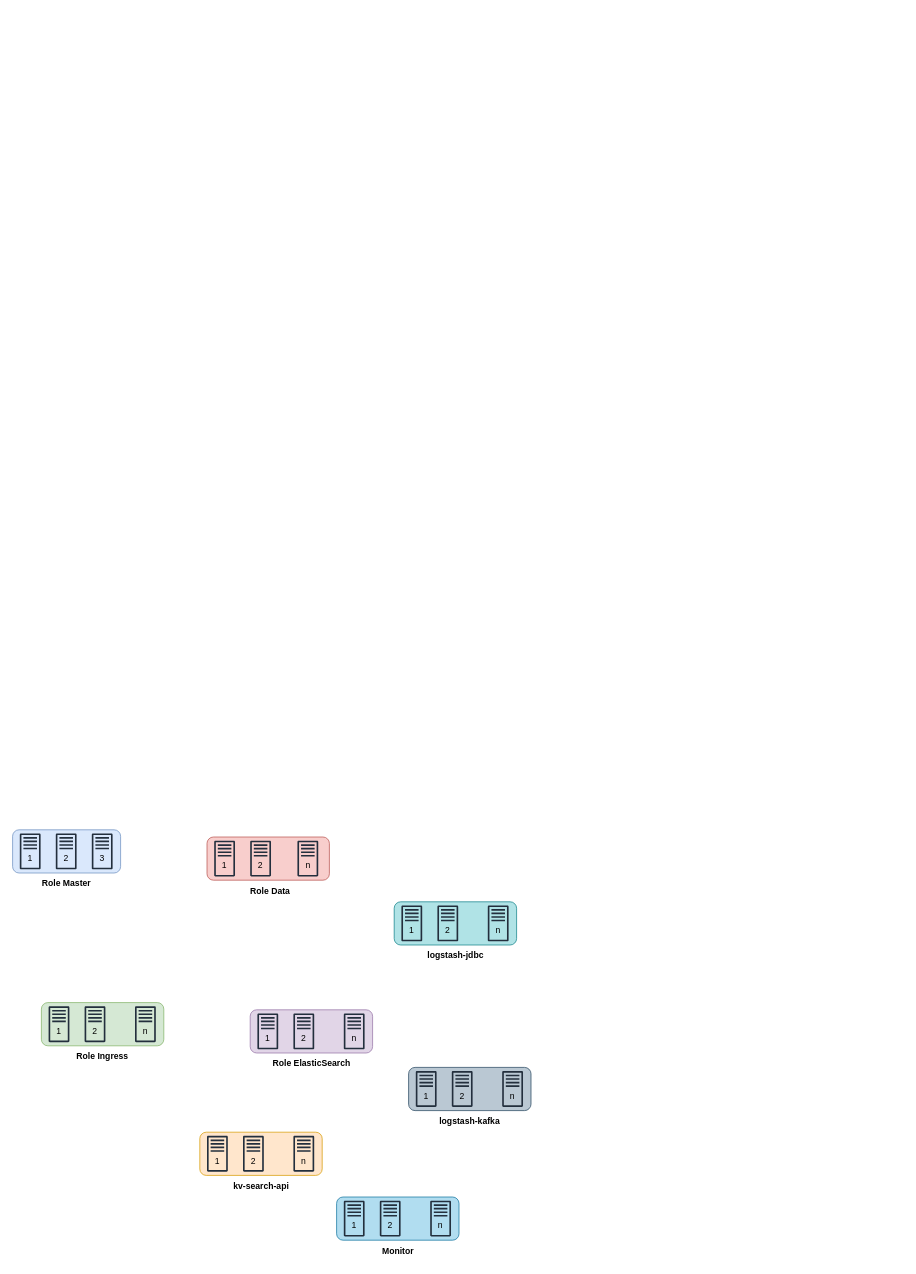
Before: KiotViet-Search.drawio in khinhvuphiduong/diagrams.net, a draw.io diagram. Source tidied: cells renumbered, new cells numbered last; positions are measured from the earlier drawing's top-left corner, leaving out a move shared by most shapes. Both pictures are drawn from the tidied source at 72%, with x=0, y=0 at pixel (12, 829). Pictures stored in the file or linked from it are replaced by grey dashed boxes.
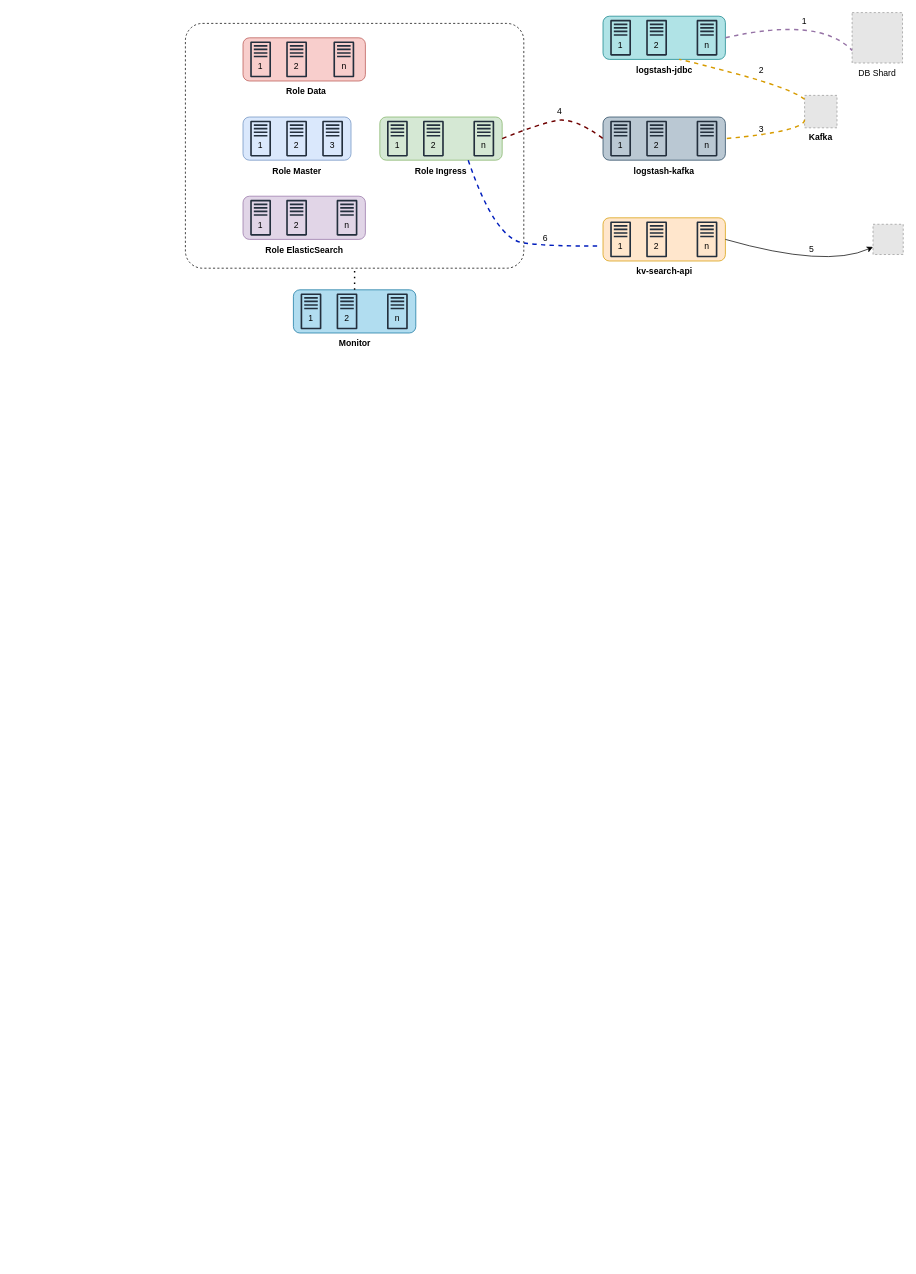
The same diagram, later.

The change refers to these unchanged cells:
```xml
<mxCell id="12" value="Role Ingress" style="text;html=1;align=center;verticalAlign=middle;whiteSpace=wrap;rounded=0;fontStyle=1;" parent="11" vertex="1">
  <mxGeometry x="47.2" y="60" width="75.6" height="30" as="geometry" />
</mxCell>
<mxCell id="40" style="rounded=1;whiteSpace=wrap;html=1;fillColor=#ffe6cc;strokeColor=#d79b00;" parent="38" vertex="1">
  <mxGeometry width="170" height="60" as="geometry" />
</mxCell>
<mxCell id="48" value="logstash-jdbc" style="text;html=1;align=center;verticalAlign=middle;whiteSpace=wrap;rounded=0;fontStyle=1;" parent="47" vertex="1">
  <mxGeometry x="43.6" y="60" width="82.8" height="30" as="geometry" />
</mxCell>
<mxCell id="49" style="rounded=1;whiteSpace=wrap;html=1;fillColor=#b0e3e6;strokeColor=#0e8088;" parent="47" vertex="1">
  <mxGeometry width="170" height="60" as="geometry" />
</mxCell>
<mxCell id="58" style="rounded=1;whiteSpace=wrap;html=1;fillColor=#bac8d3;strokeColor=#23445d;" parent="56" vertex="1">
  <mxGeometry width="170" height="60" as="geometry" />
</mxCell>
<mxCell id="67" style="rounded=1;whiteSpace=wrap;html=1;fillColor=#b1ddf0;strokeColor=#10739e;" parent="65" vertex="1">
  <mxGeometry width="170" height="60" as="geometry" />
</mxCell>
```

What changed in the source:
```diff
@@
+    <mxCell id="74" style="rounded=1;whiteSpace=wrap;html=1;dashed=1;arcSize=7;" parent="1" vertex="1">
+      <mxGeometry x="240" y="-1120" width="470" height="340" as="geometry" />
+    </mxCell>
     <mxCell id="2" style="group;" parent="1" vertex="1">
-      <mxGeometry x="270" y="10" width="180" height="90" as="geometry" />
+      <mxGeometry x="320" y="-1100" width="180" height="90" as="geometry" />
     </mxCell>
@@
     <mxCell id="11" style="group;" parent="1" vertex="1">
-      <mxGeometry x="40" y="240" width="170" height="90" as="geometry" />
+      <mxGeometry x="510" y="-990" width="170" height="90" as="geometry" />
     </mxCell>
@@
     <mxCell id="20" style="group;" parent="1" vertex="1">
-      <mxGeometry width="150" height="90" as="geometry" />
+      <mxGeometry x="320" y="-990" width="150" height="90" as="geometry" />
     </mxCell>
@@
     <mxCell id="29" style="group;" parent="1" vertex="1">
-      <mxGeometry x="330" y="250" width="170" height="90" as="geometry" />
+      <mxGeometry x="320" y="-880" width="170" height="90" as="geometry" />
     </mxCell>
@@
     <mxCell id="38" style="group;" parent="1" vertex="1">
-      <mxGeometry x="260" y="420" width="170" height="90" as="geometry" />
+      <mxGeometry x="820" y="-850" width="170" height="90" as="geometry" />
     </mxCell>
@@
     <mxCell id="47" style="group;" parent="1" vertex="1">
-      <mxGeometry x="530" y="100" width="170" height="90" as="geometry" />
+      <mxGeometry x="820" y="-1130" width="170" height="90" as="geometry" />
     </mxCell>
@@
     <mxCell id="56" style="group;" parent="1" vertex="1">
-      <mxGeometry x="550" y="330" width="170" height="90" as="geometry" />
+      <mxGeometry x="820" y="-990" width="170" height="90" as="geometry" />
     </mxCell>
@@
     <mxCell id="65" style="group;" parent="1" vertex="1">
-      <mxGeometry x="450" y="510" width="170" height="90" as="geometry" />
+      <mxGeometry x="390" y="-750" width="170" height="90" as="geometry" />
     </mxCell>
@@
+    <mxCell id="75" value="Kafka" style="fillColor=#E6E6E6;strokeColor=#999999;dashed=1;verticalLabelPosition=bottom;labelBackgroundColor=default;verticalAlign=top;fontStyle=1;" parent="1" vertex="1">
+      <mxGeometry x="1100" y="-1020" width="45" height="45" as="geometry" />
+    </mxCell>
+    <mxCell id="76" value="DB Shard" style="fillColor=#E6E6E6;strokeColor=#999999;dashed=1;verticalLabelPosition=bottom;labelBackgroundColor=default;verticalAlign=top;" parent="1" vertex="1">
+      <mxGeometry x="1166" y="-1135" width="70" height="70" as="geometry" />
+    </mxCell>
+    <mxCell id="77" style="endArrow=none;dashed=1;html=1;dashPattern=1 3;strokeWidth=2;rounded=0;exitX=0.5;exitY=0;exitDx=0;exitDy=0;entryX=0.5;entryY=1;entryDx=0;entryDy=0;" parent="1" edge="1" source="67" target="74">
+      <mxGeometry relative="1" as="geometry" />
+    </mxCell>
+    <mxCell id="78" style="fillColor=#E6E6E6;strokeColor=#999999;dashed=1;verticalLabelPosition=bottom;labelBackgroundColor=default;verticalAlign=top;" parent="1" vertex="1">
+      <mxGeometry x="1195" y="-841" width="42" height="42" as="geometry" />
+    </mxCell>
+    <mxCell id="79" style="curved=1;endArrow=classic;html=1;rounded=0;exitX=1;exitY=0.5;exitDx=0;exitDy=0;entryX=0;entryY=0.75;entryDx=0;entryDy=0;" parent="1" edge="1" source="40" target="78">
+      <mxGeometry relative="1" as="geometry">
+        <Array as="points">
+          <mxPoint x="1130" y="-780" />
+        </Array>
+      </mxGeometry>
+    </mxCell>
+    <mxCell id="80" style="curved=1;endArrow=none;html=1;rounded=0;exitX=1;exitY=0;exitDx=0;exitDy=0;entryX=-0.018;entryY=0.65;entryDx=0;entryDy=0;entryPerimeter=0;dashed=1;fillColor=#0050ef;strokeColor=#001DBC;endFill=0;strokeWidth=2;" parent="1" edge="1" source="12" target="40">
+      <mxGeometry relative="1" as="geometry">
+        <Array as="points">
+          <mxPoint x="670" y="-820" />
+          <mxPoint x="750" y="-810" />
+        </Array>
+      </mxGeometry>
+    </mxCell>
+    <mxCell id="81" style="curved=1;endArrow=none;html=1;rounded=0;entryX=0;entryY=0.5;entryDx=0;entryDy=0;fillColor=#a20025;strokeColor=#6F0000;dashed=1;endFill=0;strokeWidth=2;" parent="1" edge="1" target="58">
+      <mxGeometry relative="1" as="geometry">
+        <mxPoint x="680" y="-960" as="sourcePoint" />
+        <Array as="points">
+          <mxPoint x="730" y="-980" />
+          <mxPoint x="780" y="-990" />
+        </Array>
+      </mxGeometry>
+    </mxCell>
+    <mxCell id="82" style="curved=1;endArrow=none;html=1;rounded=0;entryX=0.75;entryY=0;entryDx=0;entryDy=0;endFill=0;dashed=1;strokeWidth=2;fillColor=#ffe6cc;strokeColor=#d79b00;" parent="1" edge="1" source="75" target="48">
+      <mxGeometry relative="1" as="geometry">
+        <Array as="points">
+          <mxPoint x="1080" y="-1030" />
+          <mxPoint x="930" y="-1070" />
+        </Array>
+      </mxGeometry>
+    </mxCell>
+    <mxCell id="83" style="curved=1;endArrow=none;html=1;rounded=0;entryX=1;entryY=0.5;entryDx=0;entryDy=0;endFill=0;dashed=1;strokeWidth=2;fillColor=#ffe6cc;strokeColor=#d79b00;exitX=0;exitY=0.75;exitDx=0;exitDy=0;" parent="1" edge="1" source="75" target="58">
+      <mxGeometry relative="1" as="geometry">
+        <Array as="points">
+          <mxPoint x="1100" y="-970" />
+        </Array>
+      </mxGeometry>
+    </mxCell>
+    <mxCell id="84" style="curved=1;endArrow=none;html=1;rounded=0;exitX=1;exitY=0.5;exitDx=0;exitDy=0;entryX=0;entryY=0.75;entryDx=0;entryDy=0;strokeWidth=2;endFill=0;fillColor=#e1d5e7;strokeColor=#9673a6;dashed=1;" parent="1" edge="1" source="49" target="76">
+      <mxGeometry relative="1" as="geometry">
+        <Array as="points">
+          <mxPoint x="1120" y="-1130" />
+        </Array>
+      </mxGeometry>
+    </mxCell>
+    <mxCell id="85" value="1" style="text;html=1;align=center;verticalAlign=middle;whiteSpace=wrap;rounded=0;" parent="1" vertex="1">
+      <mxGeometry x="1090" y="-1130" width="20" height="15" as="geometry" />
+    </mxCell>
+    <mxCell id="86" value="2" style="text;html=1;align=center;verticalAlign=middle;whiteSpace=wrap;rounded=0;" parent="1" vertex="1">
+      <mxGeometry x="1030" y="-1062.5" width="20" height="15" as="geometry" />
+    </mxCell>
+    <mxCell id="87" value="3" style="text;html=1;align=center;verticalAlign=middle;whiteSpace=wrap;rounded=0;" parent="1" vertex="1">
+      <mxGeometry x="1030" y="-980" width="20" height="15" as="geometry" />
+    </mxCell>
+    <mxCell id="88" value="4" style="text;html=1;align=center;verticalAlign=middle;whiteSpace=wrap;rounded=0;" parent="1" vertex="1">
+      <mxGeometry x="750" y="-1005" width="20" height="15" as="geometry" />
+    </mxCell>
+    <mxCell id="89" value="5" style="text;html=1;align=center;verticalAlign=middle;whiteSpace=wrap;rounded=0;" parent="1" vertex="1">
+      <mxGeometry x="1100" y="-814" width="20" height="15" as="geometry" />
+    </mxCell>
+    <mxCell id="90" value="6" style="text;html=1;align=center;verticalAlign=middle;whiteSpace=wrap;rounded=0;" parent="1" vertex="1">
+      <mxGeometry x="730" y="-829" width="20" height="15" as="geometry" />
+    </mxCell>
```
